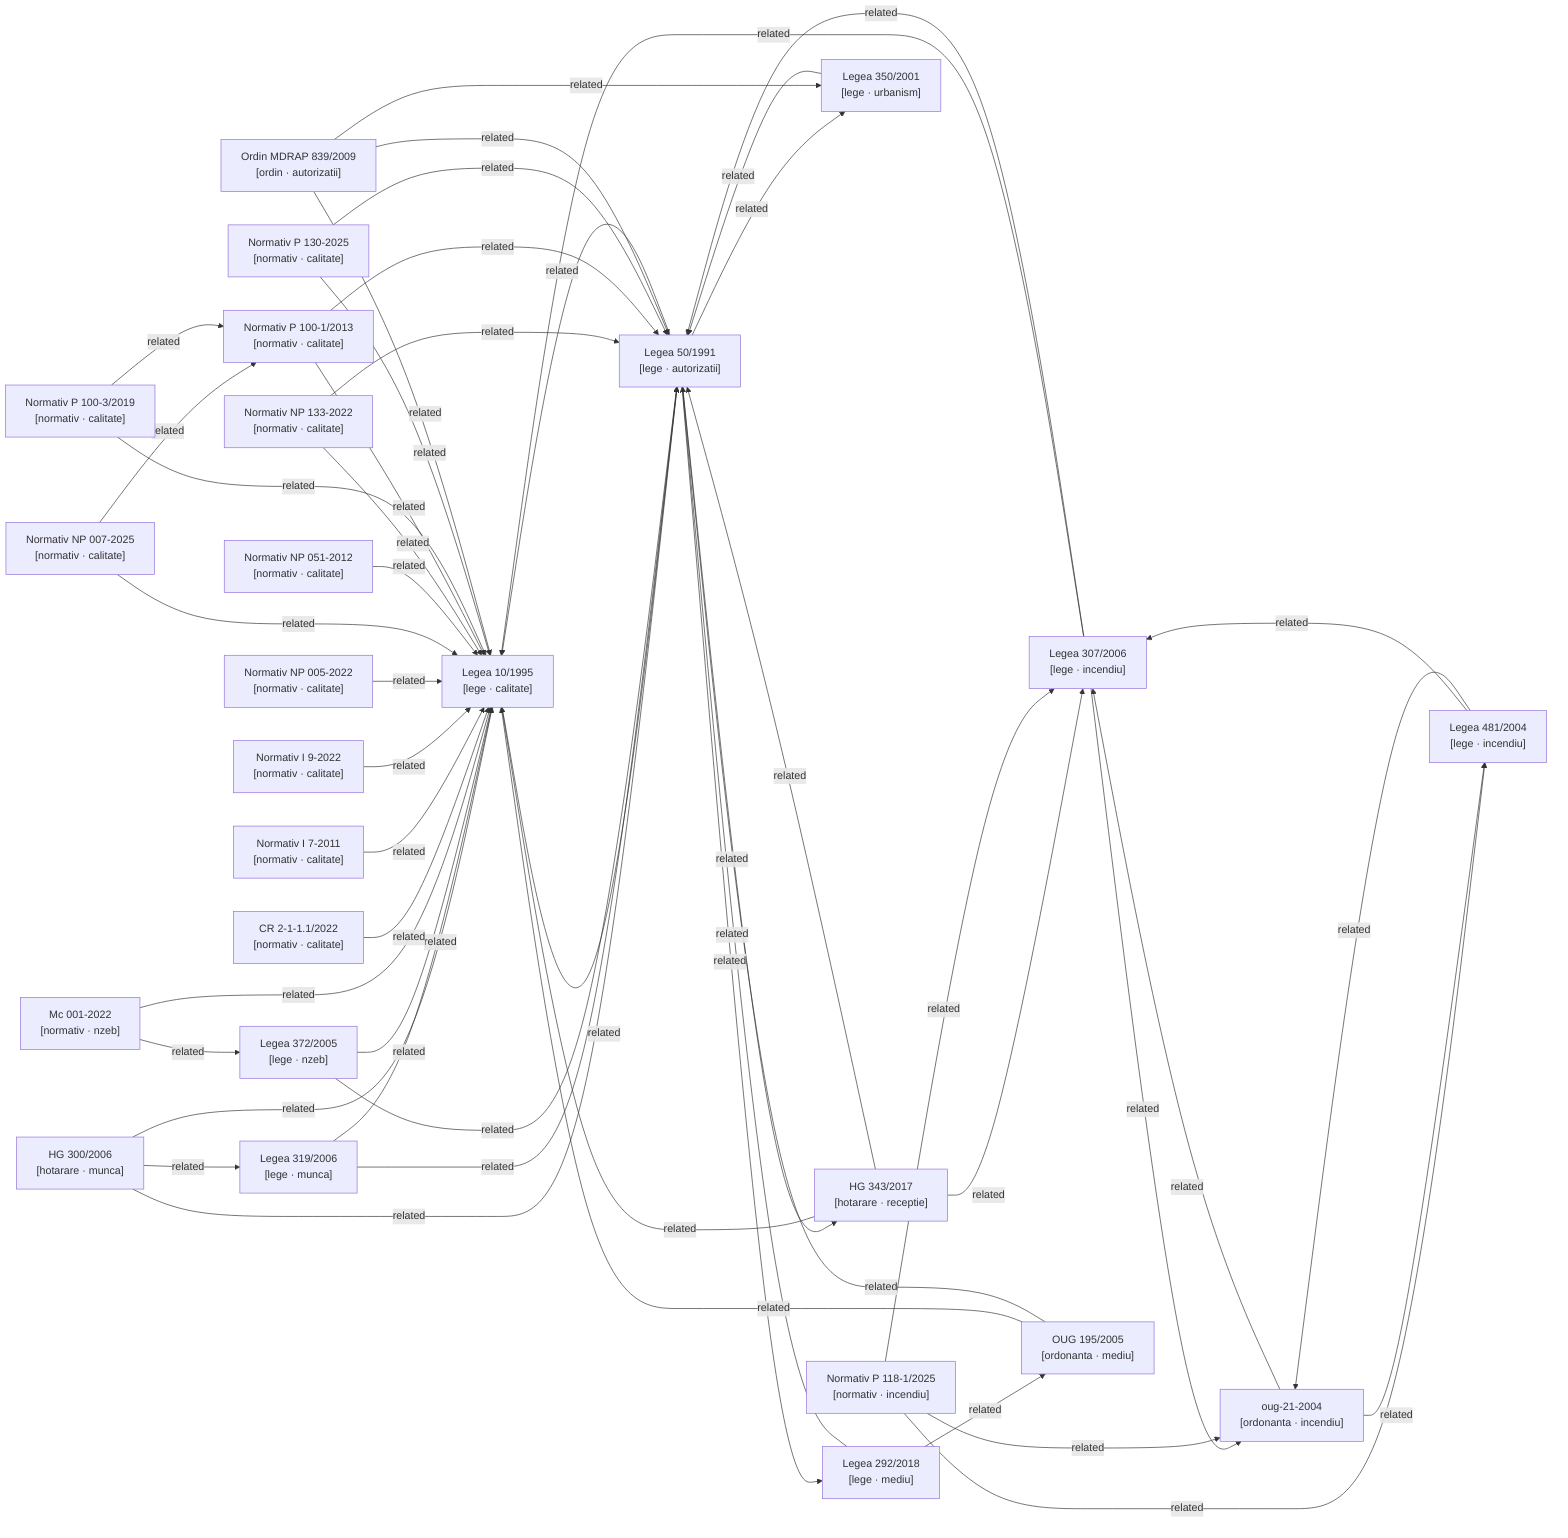
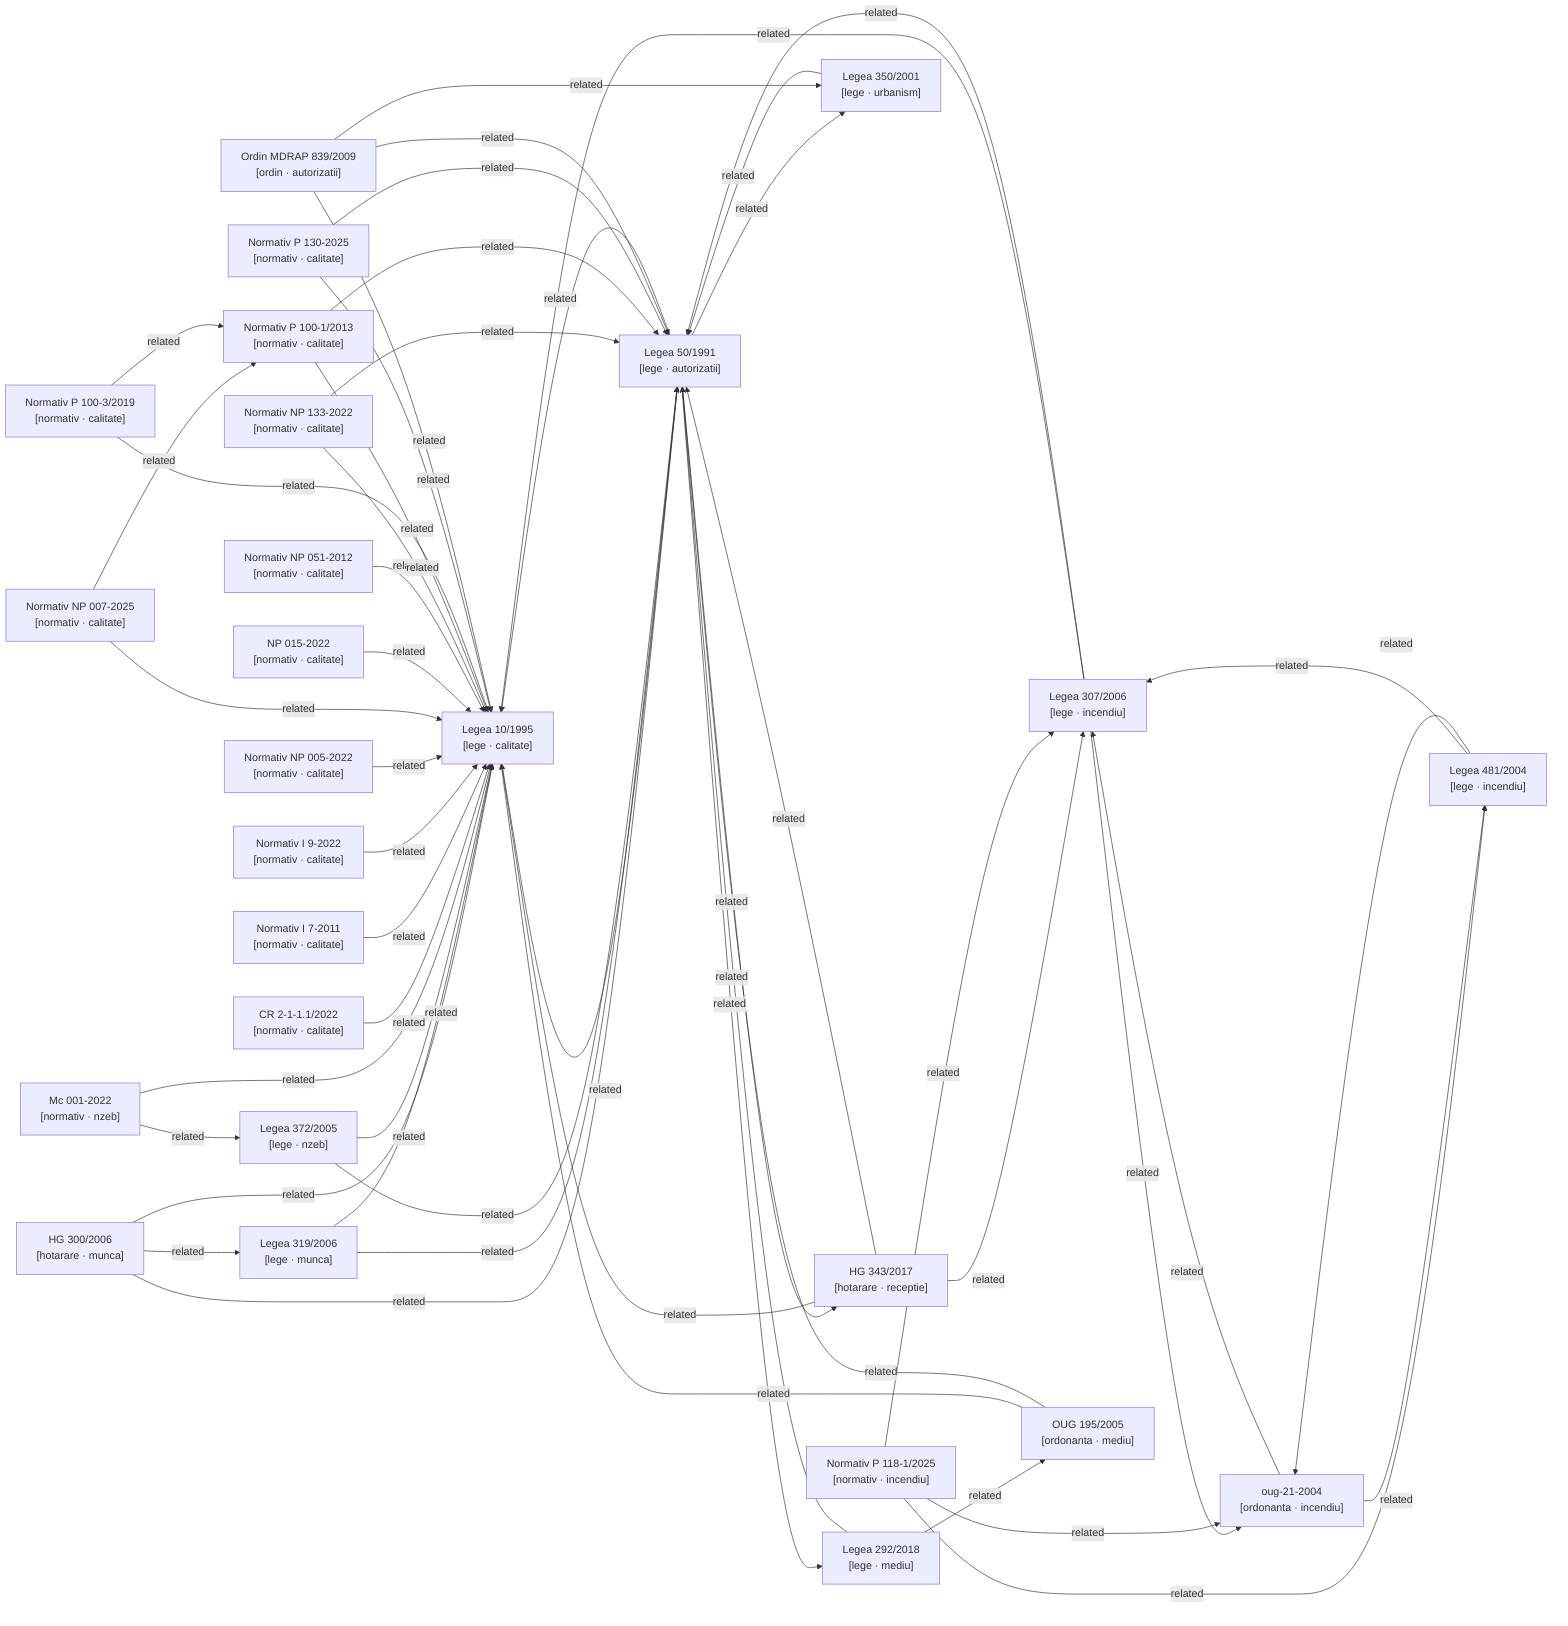
graph LR

  %% Nodes
  hg-300-2006["HG 300/2006\n[hotarare · munca]"]
  hg-343-2017["HG 343/2017\n[hotarare · receptie]"]
  lege-10-1995["Legea 10/1995\n[lege · calitate]"]
  lege-292-2018["Legea 292/2018\n[lege · mediu]"]
  lege-307-2006["Legea 307/2006\n[lege · incendiu]"]
  lege-319-2006["Legea 319/2006\n[lege · munca]"]
  lege-350-2001["Legea 350/2001\n[lege · urbanism]"]
  lege-372-2005["Legea 372/2005\n[lege · nzeb]"]
  lege-481-2004["Legea 481/2004\n[lege · incendiu]"]
  lege-50-1991["Legea 50/1991\n[lege · autorizatii]"]
  metodologie-mc001-2022["Mc 001-2022\n[normativ · nzeb]"]
  normativ-cr2-1-1-1-2022["CR 2-1-1.1/2022\n[normativ · calitate]"]
  normativ-i7-2011["Normativ I 7-2011\n[normativ · calitate]"]
  normativ-i9-2022["Normativ I 9-2022\n[normativ · calitate]"]
  normativ-np005-2022["Normativ NP 005-2022\n[normativ · calitate]"]
  normativ-np007-2025["Normativ NP 007-2025\n[normativ · calitate]"]
+   normativ-np015-2022["NP 015-2022\n[normativ · calitate]"]
  normativ-np051-2012["Normativ NP 051-2012\n[normativ · calitate]"]
  normativ-np133-2022["Normativ NP 133-2022\n[normativ · calitate]"]
  normativ-p100-1-2013["Normativ P 100-1/2013\n[normativ · calitate]"]
  normativ-p100-3-2019["Normativ P 100-3/2019\n[normativ · calitate]"]
  normativ-p118-1-2025["Normativ P 118-1/2025\n[normativ · incendiu]"]
  normativ-p130-2025["Normativ P 130-2025\n[normativ · calitate]"]
  ordin-839-2009["Ordin MDRAP 839/2009\n[ordin · autorizatii]"]
  oug-195-2005["OUG 195/2005\n[ordonanta · mediu]"]
  oug-21-2004["oug-21-2004\n[ordonanta · incendiu]"]

  %% Confirmed relationships (from metadata related_acts)
  hg-300-2006 -->|related| lege-10-1995
  hg-300-2006 -->|related| lege-319-2006
  hg-300-2006 -->|related| lege-50-1991
  hg-343-2017 -->|related| lege-10-1995
  hg-343-2017 -->|related| lege-307-2006
  hg-343-2017 -->|related| lege-50-1991
  lege-10-1995 -->|related| lege-50-1991
  lege-292-2018 -->|related| lege-50-1991
  lege-292-2018 -->|related| oug-195-2005
  lege-307-2006 -->|related| lege-10-1995
  lege-307-2006 -->|related| lege-50-1991
  lege-307-2006 -->|related| oug-21-2004
  lege-319-2006 -->|related| lege-10-1995
  lege-319-2006 -->|related| lege-50-1991
  lege-350-2001 -->|related| lege-50-1991
  lege-372-2005 -->|related| lege-10-1995
  lege-372-2005 -->|related| lege-50-1991
  lege-481-2004 -->|related| lege-307-2006
  lege-481-2004 -->|related| oug-21-2004
  lege-50-1991 -->|related| hg-343-2017
  lege-50-1991 -->|related| lege-10-1995
  lege-50-1991 -->|related| lege-292-2018
  lege-50-1991 -->|related| lege-350-2001
  metodologie-mc001-2022 -->|related| lege-10-1995
  metodologie-mc001-2022 -->|related| lege-372-2005
  normativ-cr2-1-1-1-2022 -->|related| lege-10-1995
  normativ-i7-2011 -->|related| lege-10-1995
  normativ-i9-2022 -->|related| lege-10-1995
  normativ-np005-2022 -->|related| lege-10-1995
  normativ-np007-2025 -->|related| lege-10-1995
  normativ-np007-2025 -->|related| normativ-p100-1-2013
+   normativ-np015-2022 -->|related| lege-10-1995
  normativ-np051-2012 -->|related| lege-10-1995
  normativ-np133-2022 -->|related| lege-10-1995
  normativ-np133-2022 -->|related| lege-50-1991
  normativ-p100-1-2013 -->|related| lege-10-1995
  normativ-p100-1-2013 -->|related| lege-50-1991
  normativ-p100-3-2019 -->|related| lege-10-1995
  normativ-p100-3-2019 -->|related| normativ-p100-1-2013
  normativ-p118-1-2025 -->|related| lege-307-2006
  normativ-p118-1-2025 -->|related| lege-481-2004
  normativ-p118-1-2025 -->|related| oug-21-2004
  normativ-p130-2025 -->|related| lege-10-1995
  normativ-p130-2025 -->|related| lege-50-1991
  ordin-839-2009 -->|related| lege-10-1995
  ordin-839-2009 -->|related| lege-350-2001
  ordin-839-2009 -->|related| lege-50-1991
  oug-195-2005 -->|related| lege-10-1995
  oug-195-2005 -->|related| lege-50-1991
  oug-21-2004 -->|related| lege-307-2006
  oug-21-2004 -->|related| lege-481-2004

  %% Auto-detected relationships (needs_review)
